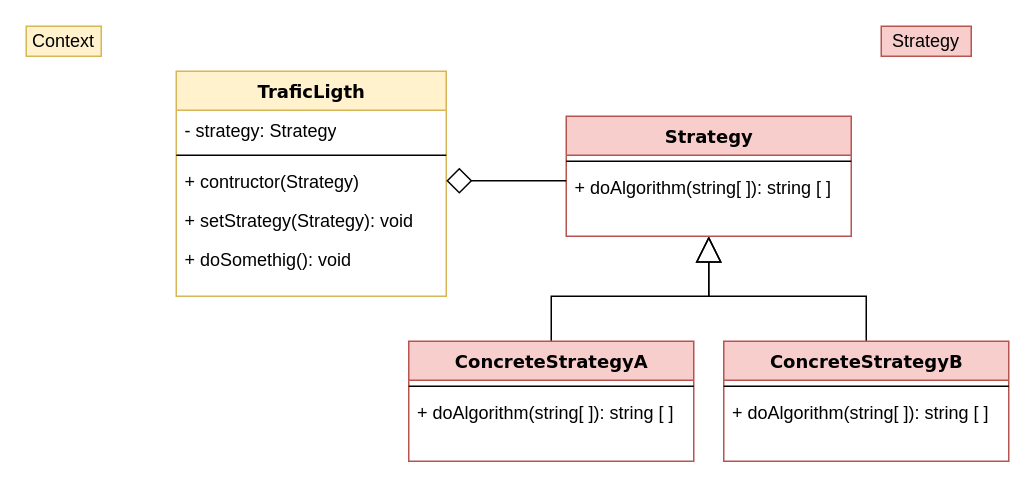
Above: assets/drawio/Strategy.drawio in nicolaskruger/designPatterns (draw.io), before the change. Source tidied: cells renumbered, new cells numbered last; positions are measured from the earlier drawing's top-left corner, leaving out a move shared by most shapes. Both pictures are drawn from the tidied source at 150%, with x=0, y=0 at pixel (26, 26).
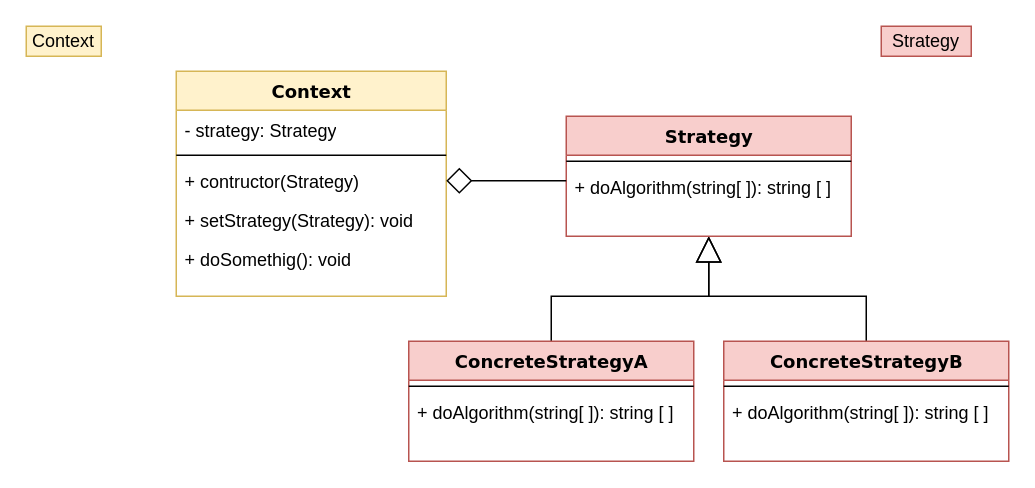
The same page after the edit.

What changed in the source:
```diff
@@
-    <mxCell id="2" value="TraficLigth" style="swimlane;html=1;fontStyle=1;align=center;verticalAlign=top;horizontal=1;startSize=26;swimlaneFillColor=#ffffff;rounded=0;shadow=0;comic=0;labelBackgroundColor=none;strokeWidth=1;fillColor=#fff2cc;fontFamily=Verdana;fontSize=12;strokeColor=#d6b656;" parent="1" vertex="1">
+    <mxCell id="2" value="Context" style="swimlane;html=1;fontStyle=1;align=center;verticalAlign=top;horizontal=1;startSize=26;swimlaneFillColor=#ffffff;rounded=0;shadow=0;comic=0;labelBackgroundColor=none;strokeWidth=1;fillColor=#fff2cc;fontFamily=Verdana;fontSize=12;strokeColor=#d6b656;" parent="1" vertex="1">
       <mxGeometry x="100" y="30" width="180" height="150" as="geometry" />
     </mxCell>
```
